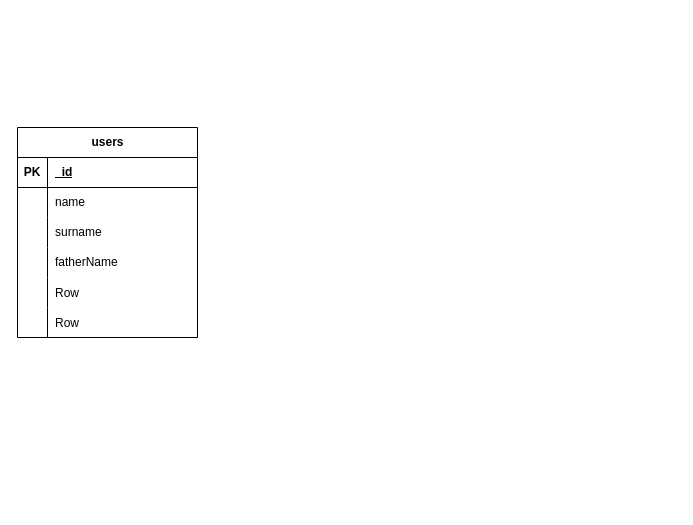
Earlier version of the draw.io diagram page "Страница 1" (1 of 5) of docs/constructum.drawio (letnull19A/constructum). Source tidied: cells renumbered, new cells numbered last; positions are measured from the earlier drawing's top-left corner, leaving out a move shared by most shapes. Both pictures are drawn from the tidied source at 100%, with x=0, y=0 at pixel (17, 127).
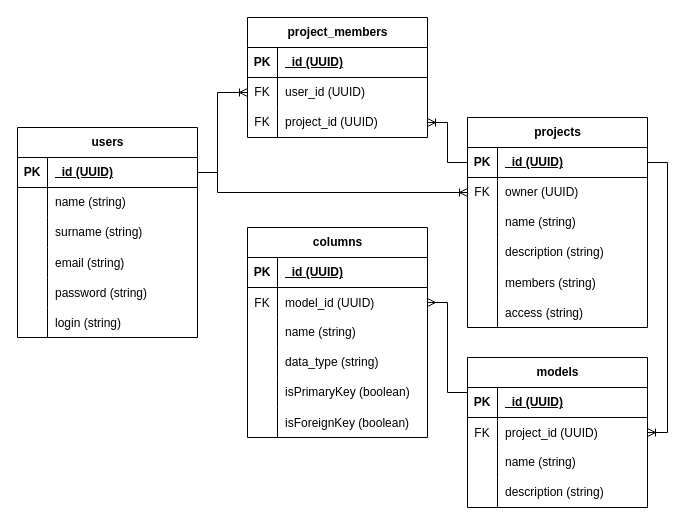
After the change.

Unchanged cells that the change refers to:
```xml
<mxCell id="2" value="users" style="shape=table;startSize=30;childLayout=tableLayout;rowLines=0;fontStyle=1;align=center;html=1;" parent="1" vertex="1">
  <mxGeometry width="180" height="210" as="geometry" />
</mxCell>
<mxCell id="3" style="shape=tableRow;horizontal=0;startSize=0;swimlaneHead=0;swimlaneBody=0;fillColor=none;points=[[0,0.5],[1,0.5]];portConstraint=eastwest;top=0;left=0;right=0;bottom=1;" parent="2" vertex="1">
  <mxGeometry y="30" width="180" height="30" as="geometry" />
</mxCell>
<mxCell id="6" style="shape=tableRow;horizontal=0;startSize=0;swimlaneHead=0;swimlaneBody=0;fillColor=none;top=0;left=0;right=0;bottom=0;" parent="2" vertex="1">
  <mxGeometry y="60" width="180" height="30" as="geometry" />
</mxCell>
<mxCell id="9" style="shape=tableRow;horizontal=0;startSize=0;swimlaneHead=0;swimlaneBody=0;fillColor=none;top=0;left=0;right=0;bottom=0;" parent="2" vertex="1">
  <mxGeometry y="90" width="180" height="30" as="geometry" />
</mxCell>
```

Diff of the diagram source:
```diff
@@
-    <mxCell id="5" value="_id" style="shape=partialRectangle;fillColor=none;top=0;left=0;bottom=0;right=0;align=left;spacingLeft=6;fontStyle=5;overflow=hidden;whiteSpace=wrap;html=1;" parent="3" vertex="1">
+    <mxCell id="5" value="_id (UUID)" style="shape=partialRectangle;fillColor=none;top=0;left=0;bottom=0;right=0;align=left;spacingLeft=6;fontStyle=5;overflow=hidden;whiteSpace=wrap;html=1;" parent="3" vertex="1">
       <mxGeometry x="30" width="150" height="30" as="geometry" />
     </mxCell>
@@
-    <mxCell id="8" value="name" style="shape=partialRectangle;fillColor=none;top=0;left=0;bottom=0;right=0;align=left;spacingLeft=6;overflow=hidden;whiteSpace=wrap;html=1;" parent="6" vertex="1">
+    <mxCell id="8" value="name (string)" style="shape=partialRectangle;fillColor=none;top=0;left=0;bottom=0;right=0;align=left;spacingLeft=6;overflow=hidden;whiteSpace=wrap;html=1;" parent="6" vertex="1">
       <mxGeometry x="30" width="150" height="30" as="geometry" />
     </mxCell>
@@
-    <mxCell id="11" value="surname" style="shape=partialRectangle;fillColor=none;top=0;left=0;bottom=0;right=0;align=left;spacingLeft=6;overflow=hidden;whiteSpace=wrap;html=1;" parent="9" vertex="1">
+    <mxCell id="11" value="surname (string)" style="shape=partialRectangle;fillColor=none;top=0;left=0;bottom=0;right=0;align=left;spacingLeft=6;overflow=hidden;whiteSpace=wrap;html=1;" parent="9" vertex="1">
       <mxGeometry x="30" width="150" height="30" as="geometry" />
     </mxCell>
-    <mxCell id="12" style="shape=tableRow;horizontal=0;startSize=0;swimlaneHead=0;swimlaneBody=0;fillColor=none;top=0;left=0;right=0;bottom=0;" parent="2" vertex="1">
-      <mxGeometry y="120" width="180" height="30" as="geometry" />
-    </mxCell>
-    <mxCell id="13" style="shape=partialRectangle;fillColor=none;top=0;left=0;bottom=0;right=0;overflow=hidden;whiteSpace=wrap;html=1;" parent="12" vertex="1">
-      <mxGeometry width="30" height="30" as="geometry" />
-    </mxCell>
-    <mxCell id="14" value="fatherName" style="shape=partialRectangle;fillColor=none;top=0;left=0;bottom=0;right=0;align=left;spacingLeft=6;overflow=hidden;whiteSpace=wrap;html=1;" parent="12" vertex="1">
-      <mxGeometry x="30" width="150" height="30" as="geometry" />
-    </mxCell>
     <mxCell id="15" style="shape=tableRow;horizontal=0;startSize=0;swimlaneHead=0;swimlaneBody=0;fillColor=none;top=0;left=0;right=0;bottom=0;" parent="2" vertex="1">
-      <mxGeometry y="150" width="180" height="30" as="geometry" />
+      <mxGeometry y="120" width="180" height="30" as="geometry" />
     </mxCell>
@@
-    <mxCell id="17" value="Row" style="shape=partialRectangle;fillColor=none;top=0;left=0;bottom=0;right=0;align=left;spacingLeft=6;overflow=hidden;" parent="15" vertex="1">
+    <mxCell id="17" value="email (string)" style="shape=partialRectangle;fillColor=none;top=0;left=0;bottom=0;right=0;align=left;spacingLeft=6;overflow=hidden;" parent="15" vertex="1">
       <mxGeometry x="30" width="150" height="30" as="geometry" />
     </mxCell>
     <mxCell id="18" style="shape=tableRow;horizontal=0;startSize=0;swimlaneHead=0;swimlaneBody=0;fillColor=none;top=0;left=0;right=0;bottom=0;" parent="2" vertex="1">
-      <mxGeometry y="180" width="180" height="30" as="geometry" />
+      <mxGeometry y="150" width="180" height="30" as="geometry" />
     </mxCell>
@@
-    <mxCell id="20" value="Row" style="shape=partialRectangle;fillColor=none;top=0;left=0;bottom=0;right=0;align=left;spacingLeft=6;overflow=hidden;" parent="18" vertex="1">
+    <mxCell id="20" value="password (string)" style="shape=partialRectangle;fillColor=none;top=0;left=0;bottom=0;right=0;align=left;spacingLeft=6;overflow=hidden;" parent="18" vertex="1">
       <mxGeometry x="30" width="150" height="30" as="geometry" />
     </mxCell>
+    <mxCell id="21" style="shape=tableRow;horizontal=0;startSize=0;swimlaneHead=0;swimlaneBody=0;fillColor=none;top=0;left=0;right=0;bottom=0;" parent="2" vertex="1">
+      <mxGeometry y="180" width="180" height="30" as="geometry" />
+    </mxCell>
+    <mxCell id="22" style="shape=partialRectangle;fillColor=none;top=0;left=0;bottom=0;right=0;overflow=hidden;" parent="21" vertex="1">
+      <mxGeometry width="30" height="30" as="geometry" />
+    </mxCell>
+    <mxCell id="23" value="login (string)" style="shape=partialRectangle;fillColor=none;top=0;left=0;bottom=0;right=0;align=left;spacingLeft=6;overflow=hidden;" parent="21" vertex="1">
+      <mxGeometry x="30" width="150" height="30" as="geometry" />
+    </mxCell>
+    <mxCell id="24" value="projects" style="shape=table;startSize=30;childLayout=tableLayout;rowLines=0;fontStyle=1;align=center;html=1;" parent="1" vertex="1">
+      <mxGeometry x="450" y="-10" width="180" height="210" as="geometry" />
+    </mxCell>
+    <mxCell id="25" style="shape=tableRow;horizontal=0;startSize=0;swimlaneHead=0;swimlaneBody=0;fillColor=none;points=[[0,0.5],[1,0.5]];portConstraint=eastwest;top=0;left=0;right=0;bottom=1;" parent="24" vertex="1">
+      <mxGeometry y="30" width="180" height="30" as="geometry" />
+    </mxCell>
+    <mxCell id="26" value="PK" style="shape=partialRectangle;fillColor=none;top=0;left=0;bottom=0;right=0;fontStyle=1;overflow=hidden;whiteSpace=wrap;html=1;" parent="25" vertex="1">
+      <mxGeometry width="30" height="30" as="geometry" />
+    </mxCell>
+    <mxCell id="27" value="_id (UUID)" style="shape=partialRectangle;fillColor=none;top=0;left=0;bottom=0;right=0;align=left;spacingLeft=6;fontStyle=5;overflow=hidden;whiteSpace=wrap;html=1;" parent="25" vertex="1">
+      <mxGeometry x="30" width="150" height="30" as="geometry" />
+    </mxCell>
+    <mxCell id="28" style="shape=tableRow;horizontal=0;startSize=0;swimlaneHead=0;swimlaneBody=0;fillColor=none;points=[[0,0.5],[1,0.5]];portConstraint=eastwest;top=0;left=0;right=0;bottom=0;" parent="24" vertex="1">
+      <mxGeometry y="60" width="180" height="30" as="geometry" />
+    </mxCell>
+    <mxCell id="29" value="FK" style="shape=partialRectangle;fillColor=none;top=0;left=0;bottom=0;right=0;overflow=hidden;whiteSpace=wrap;html=1;" parent="28" vertex="1">
+      <mxGeometry width="30" height="30" as="geometry" />
+    </mxCell>
+    <mxCell id="30" value="owner (UUID)" style="shape=partialRectangle;fillColor=none;top=0;left=0;bottom=0;right=0;align=left;spacingLeft=6;overflow=hidden;whiteSpace=wrap;html=1;" parent="28" vertex="1">
+      <mxGeometry x="30" width="150" height="30" as="geometry" />
+    </mxCell>
+    <mxCell id="31" style="shape=tableRow;horizontal=0;startSize=0;swimlaneHead=0;swimlaneBody=0;fillColor=none;top=0;left=0;right=0;bottom=0;" parent="24" vertex="1">
+      <mxGeometry y="90" width="180" height="30" as="geometry" />
+    </mxCell>
+    <mxCell id="32" style="shape=partialRectangle;fillColor=none;top=0;left=0;bottom=0;right=0;overflow=hidden;whiteSpace=wrap;html=1;" parent="31" vertex="1">
+      <mxGeometry width="30" height="30" as="geometry" />
+    </mxCell>
+    <mxCell id="33" value="name (string)" style="shape=partialRectangle;fillColor=none;top=0;left=0;bottom=0;right=0;align=left;spacingLeft=6;overflow=hidden;whiteSpace=wrap;html=1;" parent="31" vertex="1">
+      <mxGeometry x="30" width="150" height="30" as="geometry" />
+    </mxCell>
+    <mxCell id="34" style="shape=tableRow;horizontal=0;startSize=0;swimlaneHead=0;swimlaneBody=0;fillColor=none;top=0;left=0;right=0;bottom=0;" parent="24" vertex="1">
+      <mxGeometry y="120" width="180" height="30" as="geometry" />
+    </mxCell>
+    <mxCell id="35" style="shape=partialRectangle;fillColor=none;top=0;left=0;bottom=0;right=0;overflow=hidden;whiteSpace=wrap;html=1;" parent="34" vertex="1">
+      <mxGeometry width="30" height="30" as="geometry" />
+    </mxCell>
+    <mxCell id="36" value="description (string)" style="shape=partialRectangle;fillColor=none;top=0;left=0;bottom=0;right=0;align=left;spacingLeft=6;overflow=hidden;whiteSpace=wrap;html=1;" parent="34" vertex="1">
+      <mxGeometry x="30" width="150" height="30" as="geometry" />
+    </mxCell>
+    <mxCell id="37" style="shape=tableRow;horizontal=0;startSize=0;swimlaneHead=0;swimlaneBody=0;fillColor=none;top=0;left=0;right=0;bottom=0;" parent="24" vertex="1">
+      <mxGeometry y="150" width="180" height="30" as="geometry" />
+    </mxCell>
+    <mxCell id="38" style="shape=partialRectangle;fillColor=none;top=0;left=0;bottom=0;right=0;overflow=hidden;" parent="37" vertex="1">
+      <mxGeometry width="30" height="30" as="geometry" />
+    </mxCell>
+    <mxCell id="39" value="members (string)" style="shape=partialRectangle;fillColor=none;top=0;left=0;bottom=0;right=0;align=left;spacingLeft=6;overflow=hidden;" parent="37" vertex="1">
+      <mxGeometry x="30" width="150" height="30" as="geometry" />
+    </mxCell>
+    <mxCell id="40" style="shape=tableRow;horizontal=0;startSize=0;swimlaneHead=0;swimlaneBody=0;fillColor=none;top=0;left=0;right=0;bottom=0;" parent="24" vertex="1">
+      <mxGeometry y="180" width="180" height="30" as="geometry" />
+    </mxCell>
+    <mxCell id="41" style="shape=partialRectangle;fillColor=none;top=0;left=0;bottom=0;right=0;overflow=hidden;" parent="40" vertex="1">
+      <mxGeometry width="30" height="30" as="geometry" />
+    </mxCell>
+    <mxCell id="42" value="access (string)" style="shape=partialRectangle;fillColor=none;top=0;left=0;bottom=0;right=0;align=left;spacingLeft=6;overflow=hidden;" parent="40" vertex="1">
+      <mxGeometry x="30" width="150" height="30" as="geometry" />
+    </mxCell>
+    <mxCell id="43" value="models" style="shape=table;startSize=30;childLayout=tableLayout;rowLines=0;fontStyle=1;align=center;html=1;" parent="1" vertex="1">
+      <mxGeometry x="450" y="230" width="180" height="150" as="geometry" />
+    </mxCell>
+    <mxCell id="44" style="shape=tableRow;horizontal=0;startSize=0;swimlaneHead=0;swimlaneBody=0;fillColor=none;points=[[0,0.5],[1,0.5]];portConstraint=eastwest;top=0;left=0;right=0;bottom=1;" parent="43" vertex="1">
+      <mxGeometry y="30" width="180" height="30" as="geometry" />
+    </mxCell>
+    <mxCell id="45" value="PK" style="shape=partialRectangle;fillColor=none;top=0;left=0;bottom=0;right=0;fontStyle=1;overflow=hidden;whiteSpace=wrap;html=1;" parent="44" vertex="1">
+      <mxGeometry width="30" height="30" as="geometry" />
+    </mxCell>
+    <mxCell id="46" value="_id (UUID)" style="shape=partialRectangle;fillColor=none;top=0;left=0;bottom=0;right=0;align=left;spacingLeft=6;fontStyle=5;overflow=hidden;whiteSpace=wrap;html=1;" parent="44" vertex="1">
+      <mxGeometry x="30" width="150" height="30" as="geometry" />
+    </mxCell>
+    <mxCell id="47" style="shape=tableRow;horizontal=0;startSize=0;swimlaneHead=0;swimlaneBody=0;fillColor=none;points=[[0,0.5],[1,0.5]];portConstraint=eastwest;top=0;left=0;right=0;bottom=0;" parent="43" vertex="1">
+      <mxGeometry y="60" width="180" height="30" as="geometry" />
+    </mxCell>
+    <mxCell id="48" value="FK" style="shape=partialRectangle;fillColor=none;top=0;left=0;bottom=0;right=0;overflow=hidden;" parent="47" vertex="1">
+      <mxGeometry width="30" height="30" as="geometry" />
+    </mxCell>
+    <mxCell id="49" value="project_id (UUID)" style="shape=partialRectangle;fillColor=none;top=0;left=0;bottom=0;right=0;align=left;spacingLeft=6;overflow=hidden;" parent="47" vertex="1">
+      <mxGeometry x="30" width="150" height="30" as="geometry" />
+    </mxCell>
+    <mxCell id="50" style="shape=tableRow;horizontal=0;startSize=0;swimlaneHead=0;swimlaneBody=0;fillColor=none;top=0;left=0;right=0;bottom=0;" parent="43" vertex="1">
+      <mxGeometry y="90" width="180" height="30" as="geometry" />
+    </mxCell>
+    <mxCell id="51" style="shape=partialRectangle;fillColor=none;top=0;left=0;bottom=0;right=0;overflow=hidden;whiteSpace=wrap;html=1;" parent="50" vertex="1">
+      <mxGeometry width="30" height="30" as="geometry" />
+    </mxCell>
+    <mxCell id="52" value="name (string)" style="shape=partialRectangle;fillColor=none;top=0;left=0;bottom=0;right=0;align=left;spacingLeft=6;overflow=hidden;whiteSpace=wrap;html=1;" parent="50" vertex="1">
+      <mxGeometry x="30" width="150" height="30" as="geometry" />
+    </mxCell>
+    <mxCell id="53" style="shape=tableRow;horizontal=0;startSize=0;swimlaneHead=0;swimlaneBody=0;fillColor=none;top=0;left=0;right=0;bottom=0;" parent="43" vertex="1">
+      <mxGeometry y="120" width="180" height="30" as="geometry" />
+    </mxCell>
+    <mxCell id="54" style="shape=partialRectangle;fillColor=none;top=0;left=0;bottom=0;right=0;overflow=hidden;whiteSpace=wrap;html=1;" parent="53" vertex="1">
+      <mxGeometry width="30" height="30" as="geometry" />
+    </mxCell>
+    <mxCell id="55" value="description (string)" style="shape=partialRectangle;fillColor=none;top=0;left=0;bottom=0;right=0;align=left;spacingLeft=6;overflow=hidden;whiteSpace=wrap;html=1;" parent="53" vertex="1">
+      <mxGeometry x="30" width="150" height="30" as="geometry" />
+    </mxCell>
+    <mxCell id="56" value="columns" style="shape=table;startSize=30;childLayout=tableLayout;rowLines=0;fontStyle=1;align=center;html=1;" parent="1" vertex="1">
+      <mxGeometry x="230" y="100" width="180" height="210" as="geometry" />
+    </mxCell>
+    <mxCell id="57" style="shape=tableRow;horizontal=0;startSize=0;swimlaneHead=0;swimlaneBody=0;fillColor=none;top=0;left=0;right=0;bottom=1;" parent="56" vertex="1">
+      <mxGeometry y="30" width="180" height="30" as="geometry" />
+    </mxCell>
+    <mxCell id="58" value="PK" style="shape=partialRectangle;fillColor=none;top=0;left=0;bottom=0;right=0;fontStyle=1;overflow=hidden;whiteSpace=wrap;html=1;" parent="57" vertex="1">
+      <mxGeometry width="30" height="30" as="geometry" />
+    </mxCell>
+    <mxCell id="59" value="_id (UUID)" style="shape=partialRectangle;fillColor=none;top=0;left=0;bottom=0;right=0;align=left;spacingLeft=6;fontStyle=5;overflow=hidden;whiteSpace=wrap;html=1;" parent="57" vertex="1">
+      <mxGeometry x="30" width="150" height="30" as="geometry" />
+    </mxCell>
+    <mxCell id="60" style="shape=tableRow;horizontal=0;startSize=0;swimlaneHead=0;swimlaneBody=0;fillColor=none;points=[[0,0.5],[1,0.5]];portConstraint=eastwest;top=0;left=0;right=0;bottom=0;" parent="56" vertex="1">
+      <mxGeometry y="60" width="180" height="30" as="geometry" />
+    </mxCell>
+    <mxCell id="61" value="FK" style="shape=partialRectangle;fillColor=none;top=0;left=0;bottom=0;right=0;overflow=hidden;" parent="60" vertex="1">
+      <mxGeometry width="30" height="30" as="geometry" />
+    </mxCell>
+    <mxCell id="62" value="model_id (UUID)" style="shape=partialRectangle;fillColor=none;top=0;left=0;bottom=0;right=0;align=left;spacingLeft=6;overflow=hidden;" parent="60" vertex="1">
+      <mxGeometry x="30" width="150" height="30" as="geometry" />
+    </mxCell>
+    <mxCell id="63" style="shape=tableRow;horizontal=0;startSize=0;swimlaneHead=0;swimlaneBody=0;fillColor=none;top=0;left=0;right=0;bottom=0;" parent="56" vertex="1">
+      <mxGeometry y="90" width="180" height="30" as="geometry" />
+    </mxCell>
+    <mxCell id="64" style="shape=partialRectangle;fillColor=none;top=0;left=0;bottom=0;right=0;overflow=hidden;whiteSpace=wrap;html=1;" parent="63" vertex="1">
+      <mxGeometry width="30" height="30" as="geometry" />
+    </mxCell>
+    <mxCell id="65" value="name (string)" style="shape=partialRectangle;fillColor=none;top=0;left=0;bottom=0;right=0;align=left;spacingLeft=6;overflow=hidden;whiteSpace=wrap;html=1;" parent="63" vertex="1">
+      <mxGeometry x="30" width="150" height="30" as="geometry" />
+    </mxCell>
+    <mxCell id="66" style="shape=tableRow;horizontal=0;startSize=0;swimlaneHead=0;swimlaneBody=0;fillColor=none;top=0;left=0;right=0;bottom=0;" parent="56" vertex="1">
+      <mxGeometry y="120" width="180" height="30" as="geometry" />
+    </mxCell>
+    <mxCell id="67" style="shape=partialRectangle;fillColor=none;top=0;left=0;bottom=0;right=0;overflow=hidden;whiteSpace=wrap;html=1;" parent="66" vertex="1">
+      <mxGeometry width="30" height="30" as="geometry" />
+    </mxCell>
+    <mxCell id="68" value="data_type (string)" style="shape=partialRectangle;fillColor=none;top=0;left=0;bottom=0;right=0;align=left;spacingLeft=6;overflow=hidden;whiteSpace=wrap;html=1;" parent="66" vertex="1">
+      <mxGeometry x="30" width="150" height="30" as="geometry" />
+    </mxCell>
+    <mxCell id="69" style="shape=tableRow;horizontal=0;startSize=0;swimlaneHead=0;swimlaneBody=0;fillColor=none;top=0;left=0;right=0;bottom=0;" parent="56" vertex="1">
+      <mxGeometry y="150" width="180" height="30" as="geometry" />
+    </mxCell>
+    <mxCell id="70" style="shape=partialRectangle;fillColor=none;top=0;left=0;bottom=0;right=0;overflow=hidden;whiteSpace=wrap;html=1;" parent="69" vertex="1">
+      <mxGeometry width="30" height="30" as="geometry" />
+    </mxCell>
+    <mxCell id="71" value="isPrimaryKey (boolean)" style="shape=partialRectangle;fillColor=none;top=0;left=0;bottom=0;right=0;align=left;spacingLeft=6;overflow=hidden;whiteSpace=wrap;html=1;" parent="69" vertex="1">
+      <mxGeometry x="30" width="150" height="30" as="geometry" />
+    </mxCell>
+    <mxCell id="72" style="shape=tableRow;horizontal=0;startSize=0;swimlaneHead=0;swimlaneBody=0;fillColor=none;top=0;left=0;right=0;bottom=0;" parent="56" vertex="1">
+      <mxGeometry y="180" width="180" height="30" as="geometry" />
+    </mxCell>
+    <mxCell id="73" style="shape=partialRectangle;fillColor=none;top=0;left=0;bottom=0;right=0;overflow=hidden;" parent="72" vertex="1">
+      <mxGeometry width="30" height="30" as="geometry" />
+    </mxCell>
+    <mxCell id="74" value="isForeignKey (boolean)" style="shape=partialRectangle;fillColor=none;top=0;left=0;bottom=0;right=0;align=left;spacingLeft=6;overflow=hidden;" parent="72" vertex="1">
+      <mxGeometry x="30" width="150" height="30" as="geometry" />
+    </mxCell>
+    <mxCell id="75" style="edgeStyle=orthogonalEdgeStyle;fontSize=12;html=1;endArrow=ERmany;rounded=0;entryX=1;entryY=0.5;entryDx=0;entryDy=0;exitX=0;exitY=0.5;exitDx=0;exitDy=0;" parent="1" edge="1" source="44" target="60">
+      <mxGeometry relative="1" as="geometry">
+        <Array as="points">
+          <mxPoint x="450" y="265" />
+          <mxPoint x="430" y="265" />
+          <mxPoint x="430" y="175" />
+        </Array>
+      </mxGeometry>
+    </mxCell>
+    <mxCell id="76" style="edgeStyle=orthogonalEdgeStyle;fontSize=12;html=1;endArrow=ERoneToMany;rounded=0;exitX=1;exitY=0.5;exitDx=0;exitDy=0;entryX=1;entryY=0.5;entryDx=0;entryDy=0;" parent="1" edge="1" source="25" target="47">
+      <mxGeometry relative="1" as="geometry">
+        <Array as="points">
+          <mxPoint x="650" y="35" />
+          <mxPoint x="650" y="305" />
+        </Array>
+      </mxGeometry>
+    </mxCell>
+    <mxCell id="77" value="project_members" style="shape=table;startSize=30;childLayout=tableLayout;rowLines=0;fontStyle=1;align=center;html=1;" parent="1" vertex="1">
+      <mxGeometry x="230" y="-110" width="180" height="120" as="geometry" />
+    </mxCell>
+    <mxCell id="78" style="shape=tableRow;horizontal=0;startSize=0;swimlaneHead=0;swimlaneBody=0;fillColor=none;top=0;left=0;right=0;bottom=1;" parent="77" vertex="1">
+      <mxGeometry y="30" width="180" height="30" as="geometry" />
+    </mxCell>
+    <mxCell id="79" value="PK" style="shape=partialRectangle;fillColor=none;top=0;left=0;bottom=0;right=0;fontStyle=1;overflow=hidden;whiteSpace=wrap;html=1;" parent="78" vertex="1">
+      <mxGeometry width="30" height="30" as="geometry" />
+    </mxCell>
+    <mxCell id="80" value="_id (UUID)" style="shape=partialRectangle;fillColor=none;top=0;left=0;bottom=0;right=0;align=left;spacingLeft=6;fontStyle=5;overflow=hidden;whiteSpace=wrap;html=1;" parent="78" vertex="1">
+      <mxGeometry x="30" width="150" height="30" as="geometry" />
+    </mxCell>
+    <mxCell id="81" style="shape=tableRow;horizontal=0;startSize=0;swimlaneHead=0;swimlaneBody=0;fillColor=none;points=[[0,0.5],[1,0.5]];portConstraint=eastwest;top=0;left=0;right=0;bottom=0;" parent="77" vertex="1">
+      <mxGeometry y="60" width="180" height="30" as="geometry" />
+    </mxCell>
+    <mxCell id="82" value="FK" style="shape=partialRectangle;fillColor=none;top=0;left=0;bottom=0;right=0;overflow=hidden;whiteSpace=wrap;html=1;" parent="81" vertex="1">
+      <mxGeometry width="30" height="30" as="geometry" />
+    </mxCell>
+    <mxCell id="83" value="user_id (UUID)" style="shape=partialRectangle;fillColor=none;top=0;left=0;bottom=0;right=0;align=left;spacingLeft=6;overflow=hidden;whiteSpace=wrap;html=1;" parent="81" vertex="1">
+      <mxGeometry x="30" width="150" height="30" as="geometry" />
+    </mxCell>
+    <mxCell id="84" style="shape=tableRow;horizontal=0;startSize=0;swimlaneHead=0;swimlaneBody=0;fillColor=none;points=[[0,0.5],[1,0.5]];portConstraint=eastwest;top=0;left=0;right=0;bottom=0;" parent="77" vertex="1">
+      <mxGeometry y="90" width="180" height="30" as="geometry" />
+    </mxCell>
+    <mxCell id="85" value="FK" style="shape=partialRectangle;fillColor=none;top=0;left=0;bottom=0;right=0;overflow=hidden;whiteSpace=wrap;html=1;" parent="84" vertex="1">
+      <mxGeometry width="30" height="30" as="geometry" />
+    </mxCell>
+    <mxCell id="86" value="project_id (UUID)" style="shape=partialRectangle;fillColor=none;top=0;left=0;bottom=0;right=0;align=left;spacingLeft=6;overflow=hidden;whiteSpace=wrap;html=1;" parent="84" vertex="1">
+      <mxGeometry x="30" width="150" height="30" as="geometry" />
+    </mxCell>
+    <mxCell id="87" style="edgeStyle=orthogonalEdgeStyle;fontSize=12;html=1;endArrow=ERoneToMany;rounded=0;exitX=1;exitY=0.5;exitDx=0;exitDy=0;entryX=0;entryY=0.5;entryDx=0;entryDy=0;" parent="1" edge="1" source="3" target="81">
+      <mxGeometry relative="1" as="geometry">
+        <Array as="points">
+          <mxPoint x="200" y="45" />
+          <mxPoint x="200" y="-35" />
+        </Array>
+      </mxGeometry>
+    </mxCell>
+    <mxCell id="88" style="edgeStyle=orthogonalEdgeStyle;fontSize=12;html=1;endArrow=ERoneToMany;rounded=0;exitX=0;exitY=0.5;exitDx=0;exitDy=0;entryX=1;entryY=0.5;entryDx=0;entryDy=0;" parent="1" edge="1" source="25" target="84">
+      <mxGeometry relative="1" as="geometry">
+        <Array as="points">
+          <mxPoint x="430" y="35" />
+          <mxPoint x="430" y="-5" />
+        </Array>
+      </mxGeometry>
+    </mxCell>
+    <mxCell id="89" style="edgeStyle=orthogonalEdgeStyle;fontSize=12;html=1;endArrow=ERoneToMany;rounded=0;exitX=1;exitY=0.5;exitDx=0;exitDy=0;entryX=0;entryY=0.5;entryDx=0;entryDy=0;" parent="1" edge="1" source="3" target="28">
+      <mxGeometry relative="1" as="geometry">
+        <Array as="points">
+          <mxPoint x="200" y="45" />
+          <mxPoint x="200" y="65" />
+        </Array>
+      </mxGeometry>
+    </mxCell>
```
